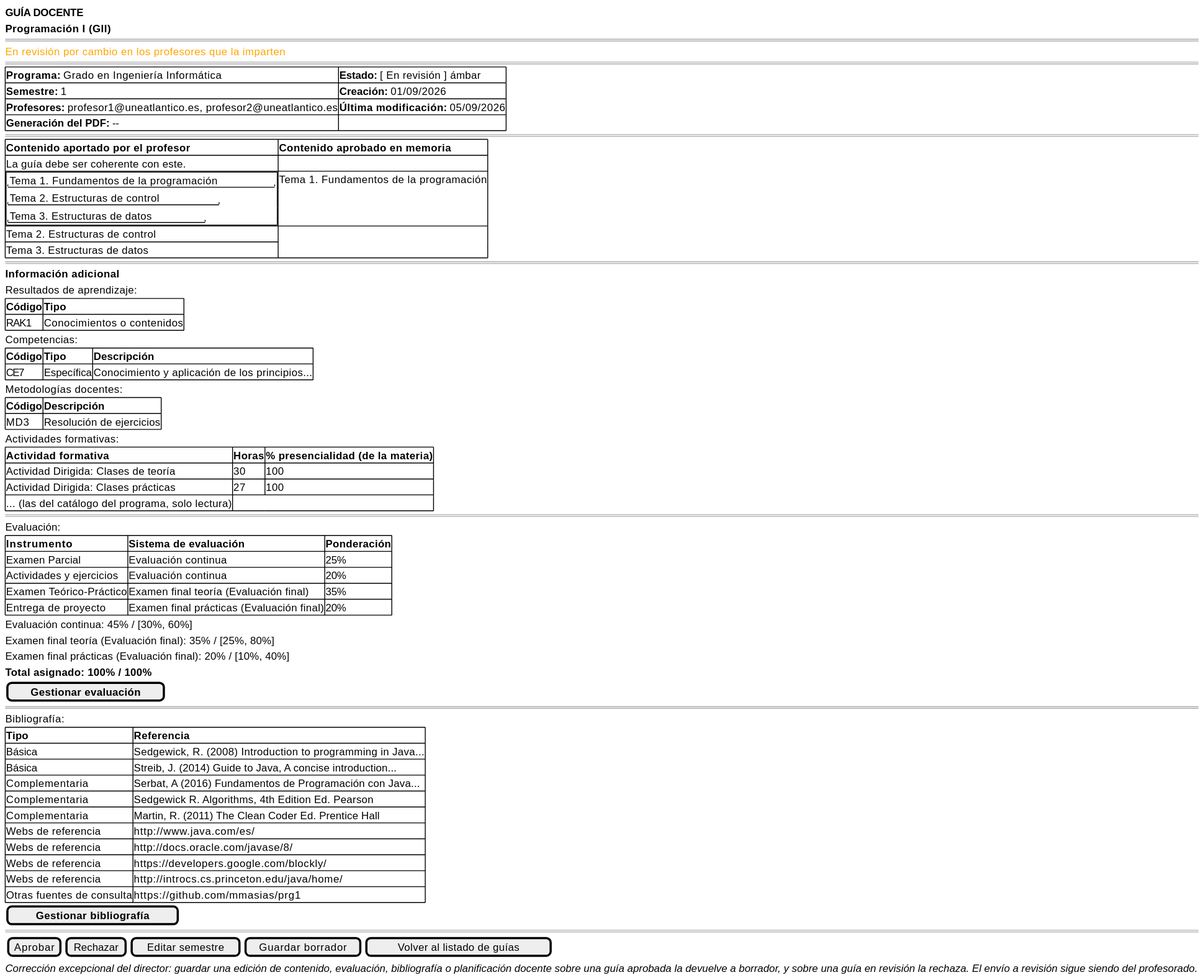
mmasias/pyCeldaPublico keeps this PlantUML diagram as images/RUP/01-requisitos/03-detalle-casos-uso/abrirGuia/wireframe-revision.svg. Above is the earlier version.
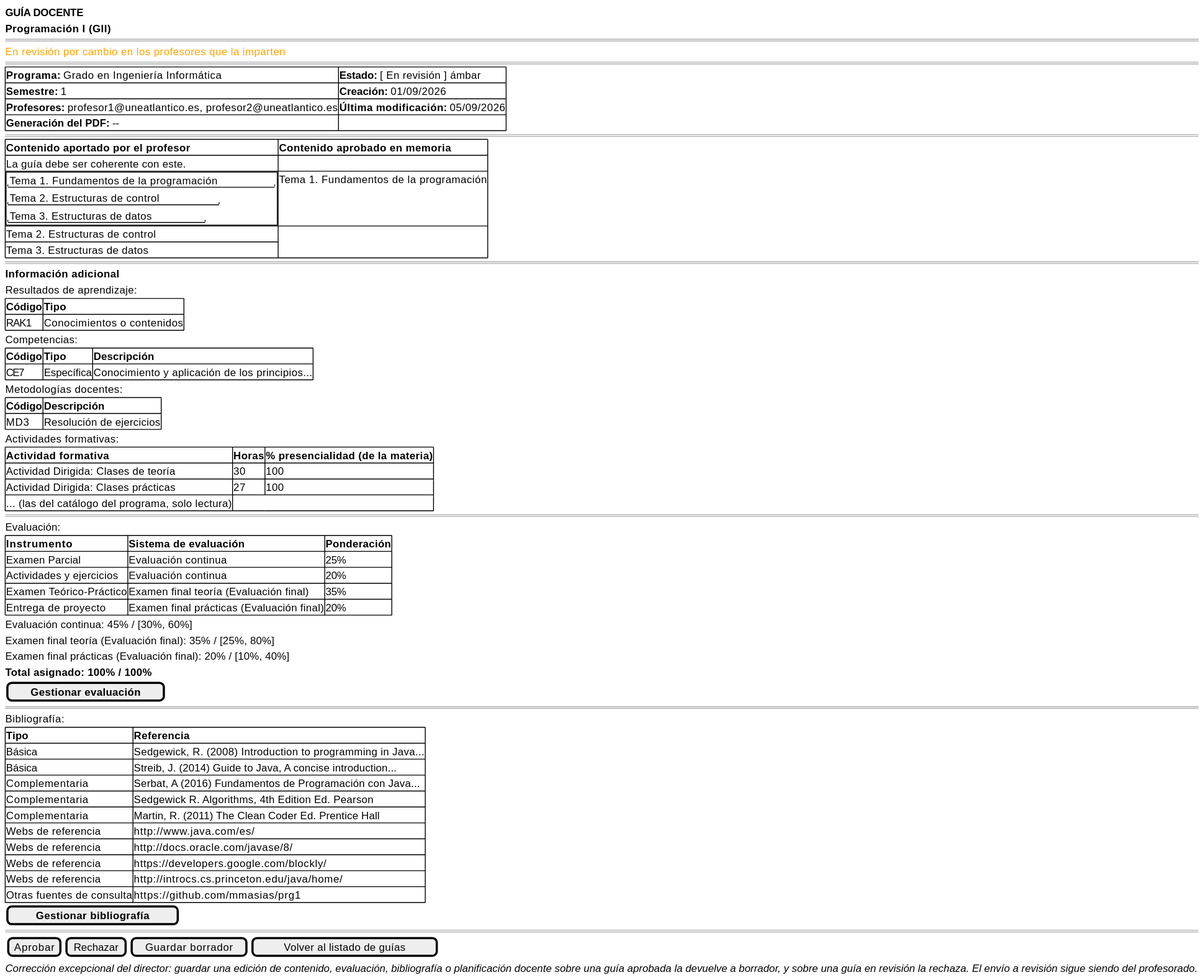
Above is the later version.

Change to the diagram source:
```diff
@@ -78,7 +78,7 @@
     }
     [ <b>Gestionar bibliografía</b> ]
     ====
-    {[Aprobar] | [Rechazar] | [Editar semestre] | [Guardar borrador] | [Volver al listado de guías]}
+    {[Aprobar] | [Rechazar] | [Guardar borrador] | [Volver al listado de guías]}
     <i>Corrección excepcional del director: guardar una edición de contenido, evaluación, bibliografía o planificación docente sobre una guía aprobada la devuelve a borrador, y sobre una guía en revisión la rechaza. El envío a revisión sigue siendo del profesorado.</i>
 }
 @endsalt
```
